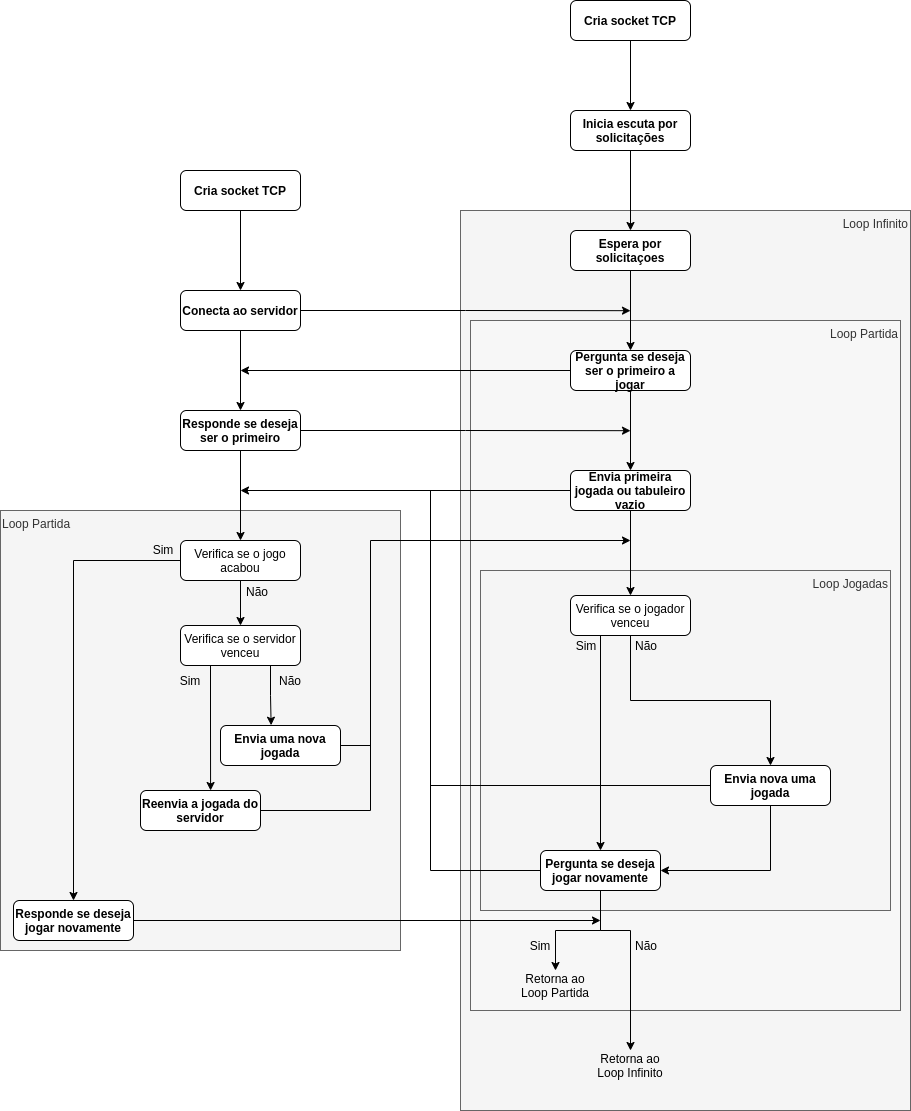
jumidlej/jogo-da-velha keeps this draw.io diagram as protocolo.drawio.png. Above is the earlier version. Source tidied: cells renumbered, new cells last; positions are measured from the earlier drawing's top-left corner, leaving out a move shared by most shapes.
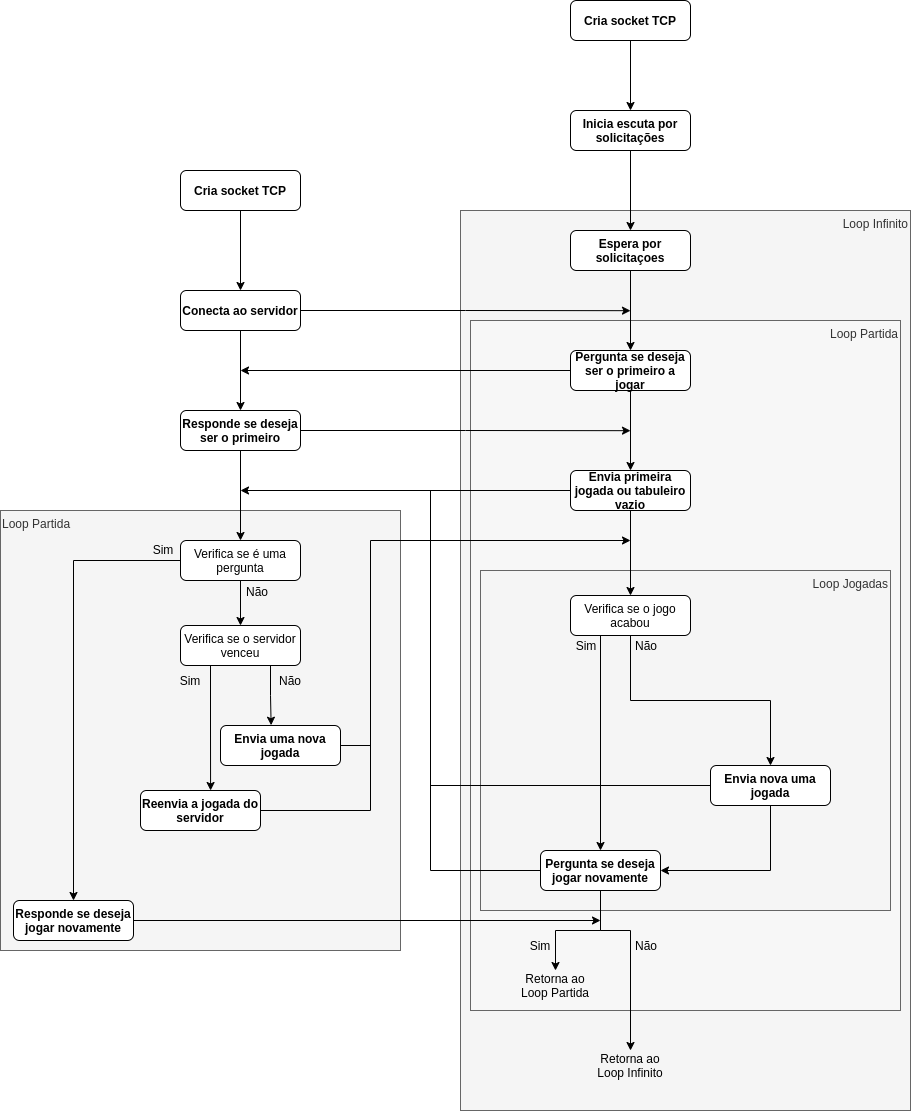
The same diagram one commit later.

Change to the diagram source:
```diff
@@ -82,7 +82,7 @@
     <mxCell id="25" style="edgeStyle=orthogonalEdgeStyle;rounded=0;jettySize=auto;html=1;exitX=0.5;exitY=1;exitDx=0;exitDy=0;endArrow=classic;endFill=1;" parent="1" edge="1" source="26" target="23">
       <mxGeometry relative="1" as="geometry" />
     </mxCell>
-    <mxCell id="26" value="Verifica se o jogador venceu" style="rounded=1;whiteSpace=wrap;html=1;fontSize=12;glass=0;strokeWidth=1;shadow=0;" parent="1" vertex="1">
+    <mxCell id="26" value="Verifica se o jogo acabou" style="rounded=1;whiteSpace=wrap;html=1;fontSize=12;glass=0;strokeWidth=1;shadow=0;" parent="1" vertex="1">
       <mxGeometry x="570" y="595" width="120" height="40" as="geometry" />
     </mxCell>
     <mxCell id="27" style="edgeStyle=orthogonalEdgeStyle;rounded=0;jettySize=auto;html=1;exitX=0;exitY=0.5;exitDx=0;exitDy=0;endArrow=none;endFill=0;" parent="1" edge="1" source="30">
@@ -164,7 +164,7 @@
     <mxCell id="46" style="edgeStyle=orthogonalEdgeStyle;rounded=0;jettySize=auto;html=1;exitX=0.5;exitY=1;exitDx=0;exitDy=0;entryX=0.5;entryY=0;entryDx=0;entryDy=0;" parent="1" edge="1" source="47" target="20">
       <mxGeometry relative="1" as="geometry" />
     </mxCell>
-    <mxCell id="47" value="Verifica se o jogo acabou" style="rounded=1;whiteSpace=wrap;html=1;fontSize=12;glass=0;strokeWidth=1;shadow=0;" parent="1" vertex="1">
+    <mxCell id="47" value="Verifica se é uma pergunta" style="rounded=1;whiteSpace=wrap;html=1;fontSize=12;glass=0;strokeWidth=1;shadow=0;" parent="1" vertex="1">
       <mxGeometry x="180" y="540" width="120" height="40" as="geometry" />
     </mxCell>
     <mxCell id="48" style="edgeStyle=orthogonalEdgeStyle;rounded=0;jettySize=auto;html=1;exitX=1;exitY=0.5;exitDx=0;exitDy=0;" parent="1" edge="1" source="49">
```
